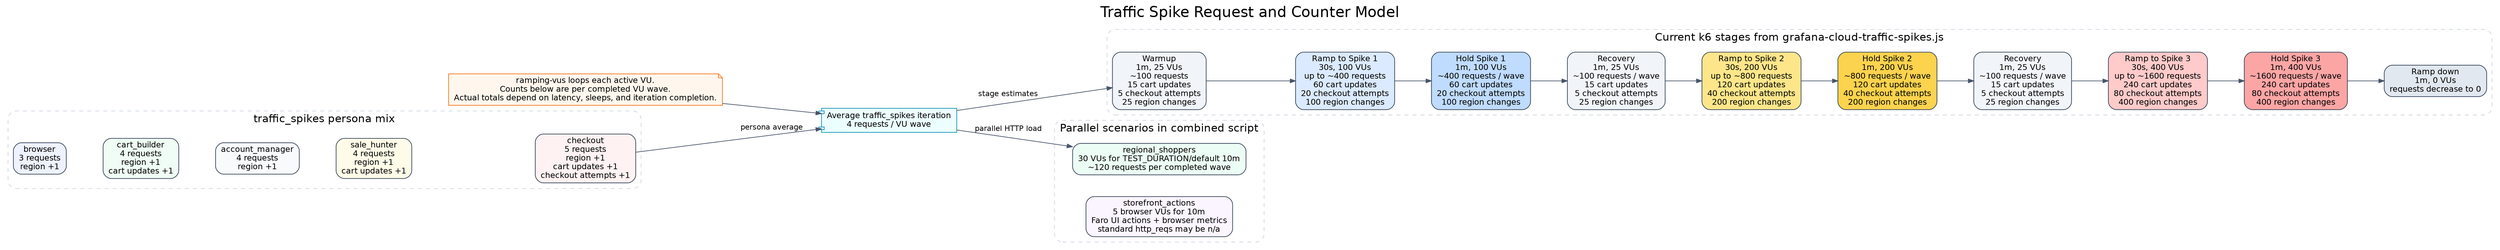
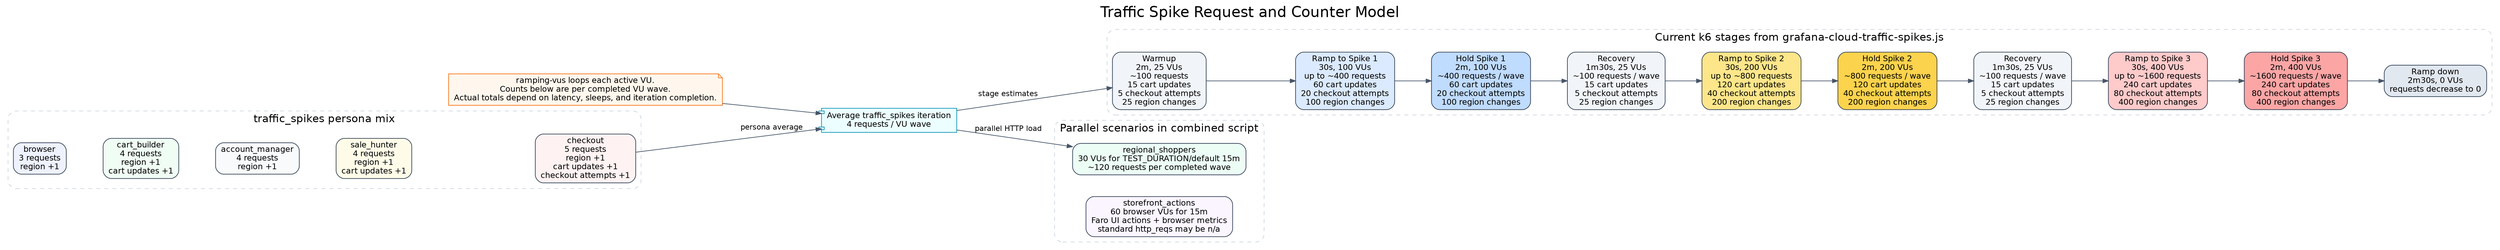
digraph traffic_spike_request_model {
  graph [
    rankdir=LR,
    labelloc=t,
    label="Traffic Spike Request and Counter Model",
    fontsize=22,
    fontname="Helvetica",
    nodesep=0.45,
    ranksep=0.75
  ];

  node [shape=box, style="rounded,filled", fontname="Helvetica", fontsize=12, color="#334155", fillcolor="#f8fafc"];
  edge [color="#475569", arrowsize=0.8, fontname="Helvetica", fontsize=11];

  note [shape=note, fillcolor="#fff7ed", color="#f97316", label="ramping-vus loops each active VU.\nCounts below are per completed VU wave.\nActual totals depend on latency, sleeps, and iteration completion."];
  avg [shape=component, fillcolor="#ecfeff", color="#0891b2", label="Average traffic_spikes iteration\n4 requests / VU wave"];

  subgraph cluster_personas {
    label="traffic_spikes persona mix"; color="#cbd5e1"; style="rounded,dashed"; fontsize=16; fontname="Helvetica";
    browser [label="browser\n3 requests\nregion +1", fillcolor="#eef2ff"];
    cart_builder [label="cart_builder\n4 requests\nregion +1\ncart updates +1", fillcolor="#f0fdf4"];
    account_manager [label="account_manager\n4 requests\nregion +1", fillcolor="#f8fafc"];
    sale_hunter [label="sale_hunter\n4 requests\nregion +1\ncart updates +1", fillcolor="#fefce8"];
    checkout [label="checkout\n5 requests\nregion +1\ncart updates +1\ncheckout attempts +1", fillcolor="#fef2f2"];
    browser -> cart_builder -> account_manager -> sale_hunter -> checkout [style=invis];
  }

  subgraph cluster_stages {
    label="Current k6 stages from grafana-cloud-traffic-spikes.js"; color="#cbd5e1"; style="rounded,dashed"; fontsize=16; fontname="Helvetica";
-     warmup [label="Warmup\n1m, 25 VUs\n~100 requests\n15 cart updates\n5 checkout attempts\n25 region changes", fillcolor="#f1f5f9"];
+     warmup [label="Warmup\n2m, 25 VUs\n~100 requests\n15 cart updates\n5 checkout attempts\n25 region changes", fillcolor="#f1f5f9"];
    ramp1 [label="Ramp to Spike 1\n30s, 100 VUs\nup to ~400 requests\n60 cart updates\n20 checkout attempts\n100 region changes", fillcolor="#dbeafe"];
-     hold1 [label="Hold Spike 1\n1m, 100 VUs\n~400 requests / wave\n60 cart updates\n20 checkout attempts\n100 region changes", fillcolor="#bfdbfe"];
-     recovery1 [label="Recovery\n1m, 25 VUs\n~100 requests / wave\n15 cart updates\n5 checkout attempts\n25 region changes", fillcolor="#f1f5f9"];
+     hold1 [label="Hold Spike 1\n2m, 100 VUs\n~400 requests / wave\n60 cart updates\n20 checkout attempts\n100 region changes", fillcolor="#bfdbfe"];
+     recovery1 [label="Recovery\n1m30s, 25 VUs\n~100 requests / wave\n15 cart updates\n5 checkout attempts\n25 region changes", fillcolor="#f1f5f9"];
    ramp2 [label="Ramp to Spike 2\n30s, 200 VUs\nup to ~800 requests\n120 cart updates\n40 checkout attempts\n200 region changes", fillcolor="#fde68a"];
-     hold2 [label="Hold Spike 2\n1m, 200 VUs\n~800 requests / wave\n120 cart updates\n40 checkout attempts\n200 region changes", fillcolor="#fcd34d"];
-     recovery2 [label="Recovery\n1m, 25 VUs\n~100 requests / wave\n15 cart updates\n5 checkout attempts\n25 region changes", fillcolor="#f1f5f9"];
+     hold2 [label="Hold Spike 2\n2m, 200 VUs\n~800 requests / wave\n120 cart updates\n40 checkout attempts\n200 region changes", fillcolor="#fcd34d"];
+     recovery2 [label="Recovery\n1m30s, 25 VUs\n~100 requests / wave\n15 cart updates\n5 checkout attempts\n25 region changes", fillcolor="#f1f5f9"];
    ramp3 [label="Ramp to Spike 3\n30s, 400 VUs\nup to ~1600 requests\n240 cart updates\n80 checkout attempts\n400 region changes", fillcolor="#fecaca"];
-     hold3 [label="Hold Spike 3\n1m, 400 VUs\n~1600 requests / wave\n240 cart updates\n80 checkout attempts\n400 region changes", fillcolor="#fca5a5"];
-     rampdown [label="Ramp down\n1m, 0 VUs\nrequests decrease to 0", fillcolor="#e2e8f0"];
+     hold3 [label="Hold Spike 3\n2m, 400 VUs\n~1600 requests / wave\n240 cart updates\n80 checkout attempts\n400 region changes", fillcolor="#fca5a5"];
+     rampdown [label="Ramp down\n2m30s, 0 VUs\nrequests decrease to 0", fillcolor="#e2e8f0"];
    warmup -> ramp1 -> hold1 -> recovery1 -> ramp2 -> hold2 -> recovery2 -> ramp3 -> hold3 -> rampdown;
  }

  subgraph cluster_parallel {
    label="Parallel scenarios in combined script"; color="#cbd5e1"; style="rounded,dashed"; fontsize=16; fontname="Helvetica";
-     regional [label="regional_shoppers\n30 VUs for TEST_DURATION/default 10m\n~120 requests per completed wave", fillcolor="#ecfdf5"];
-     storefront [label="storefront_actions\n5 browser VUs for 10m\nFaro UI actions + browser metrics\nstandard http_reqs may be n/a", fillcolor="#faf5ff"];
+     regional [label="regional_shoppers\n30 VUs for TEST_DURATION/default 15m\n~120 requests per completed wave", fillcolor="#ecfdf5"];
+     storefront [label="storefront_actions\n60 browser VUs for 15m\nFaro UI actions + browser metrics\nstandard http_reqs may be n/a", fillcolor="#faf5ff"];
  }

  note -> avg;
  avg -> warmup [label="stage estimates"];
  avg -> regional [label="parallel HTTP load"];
  checkout -> avg [label="persona average"];
}

